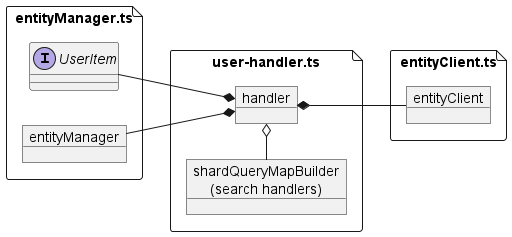
karmaniverous/entity-manager-demo keeps this PlantUML diagram as assets/handler.png. Above is the earlier version. Source of this version:
```plantuml
@startuml handler

allowmixing

left to right direction

file "entityManager.ts" as entityManagerTs {
    interface UserItem
    object entityManager
}

file "entityClient.ts" as entitClientTs {
    object entityClient
}

file "user-handler.ts" as searchTs {
    object handler

    entityManager --* handler
    UserItem --* handler
    handler *-- entityClient

    object "shardQueryMapBuilder\n(search handlers)" as shardQueryMapBuilder
    shardQueryMapBuilder -o handler
}

@enduml
```
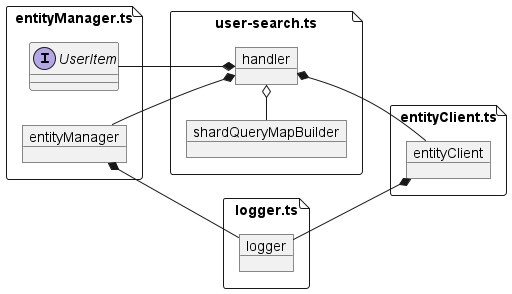
After the change.

The edit, as a diff of the source:
```diff
@@ -3,6 +3,10 @@
 allowmixing
 
 left to right direction
+
+file "logger.ts" as loggerTs {
+    object logger
+}
 
 file "entityManager.ts" as entityManagerTs {
     interface UserItem
@@ -11,16 +15,19 @@
 
 file "entityClient.ts" as entitClientTs {
     object entityClient
+
+    logger --* entityClient
 }
 
-file "user-handler.ts" as searchTs {
+file "user-search.ts" as searchTs {
     object handler
 
     entityManager --* handler
     UserItem --* handler
     handler *-- entityClient
+    entityManager *-- logger
 
-    object "shardQueryMapBuilder\n(search handlers)" as shardQueryMapBuilder
+    object shardQueryMapBuilder
     shardQueryMapBuilder -o handler
 }
 
```
